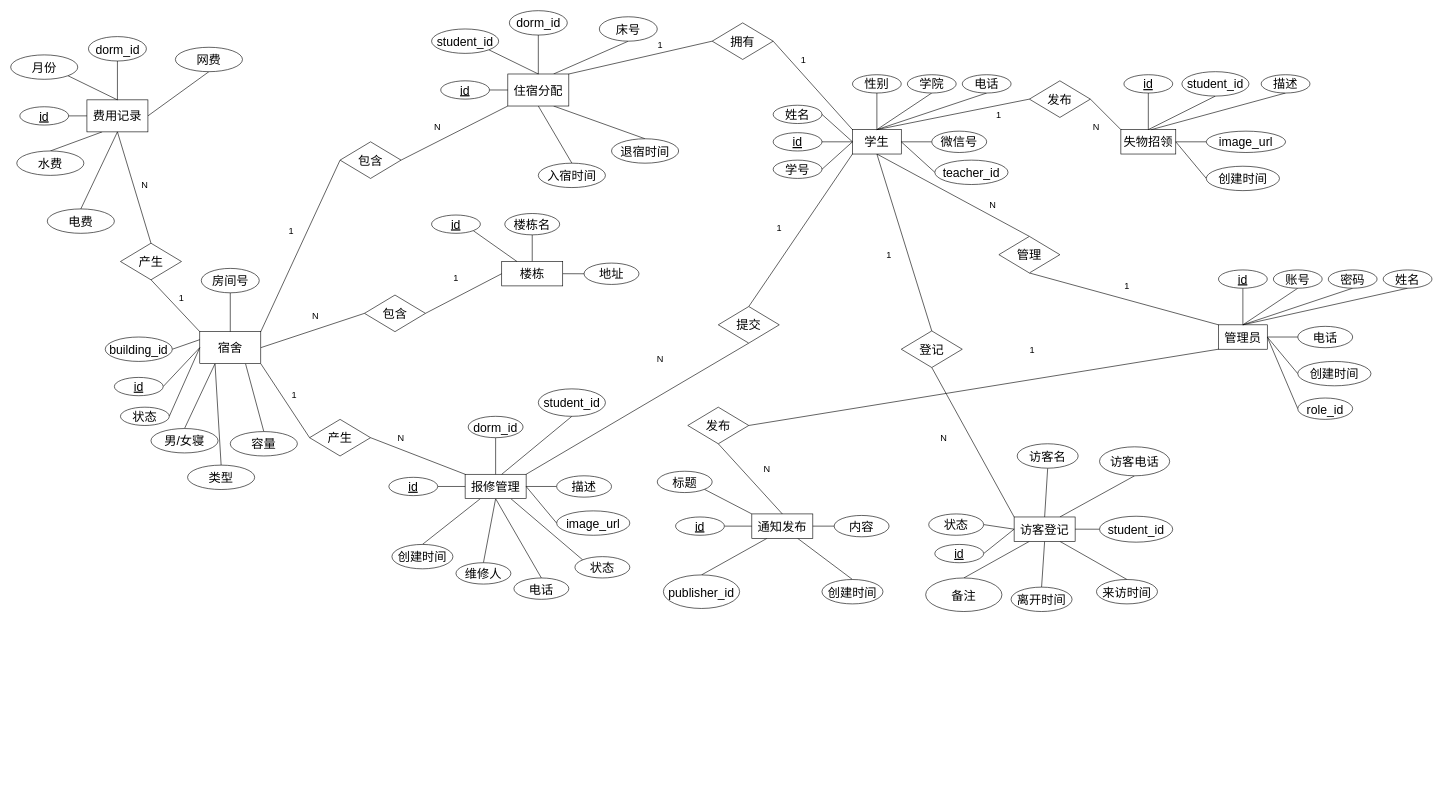
Earlier version of the draw.io diagram ER图.drawio (lyb040701/draw). Source tidied: cells renumbered, new cells numbered last; positions are measured from the earlier drawing's top-left corner, leaving out a move shared by most shapes. Both pictures are drawn from the tidied source at 61%, with x=0, y=0 at pixel (10, 10).
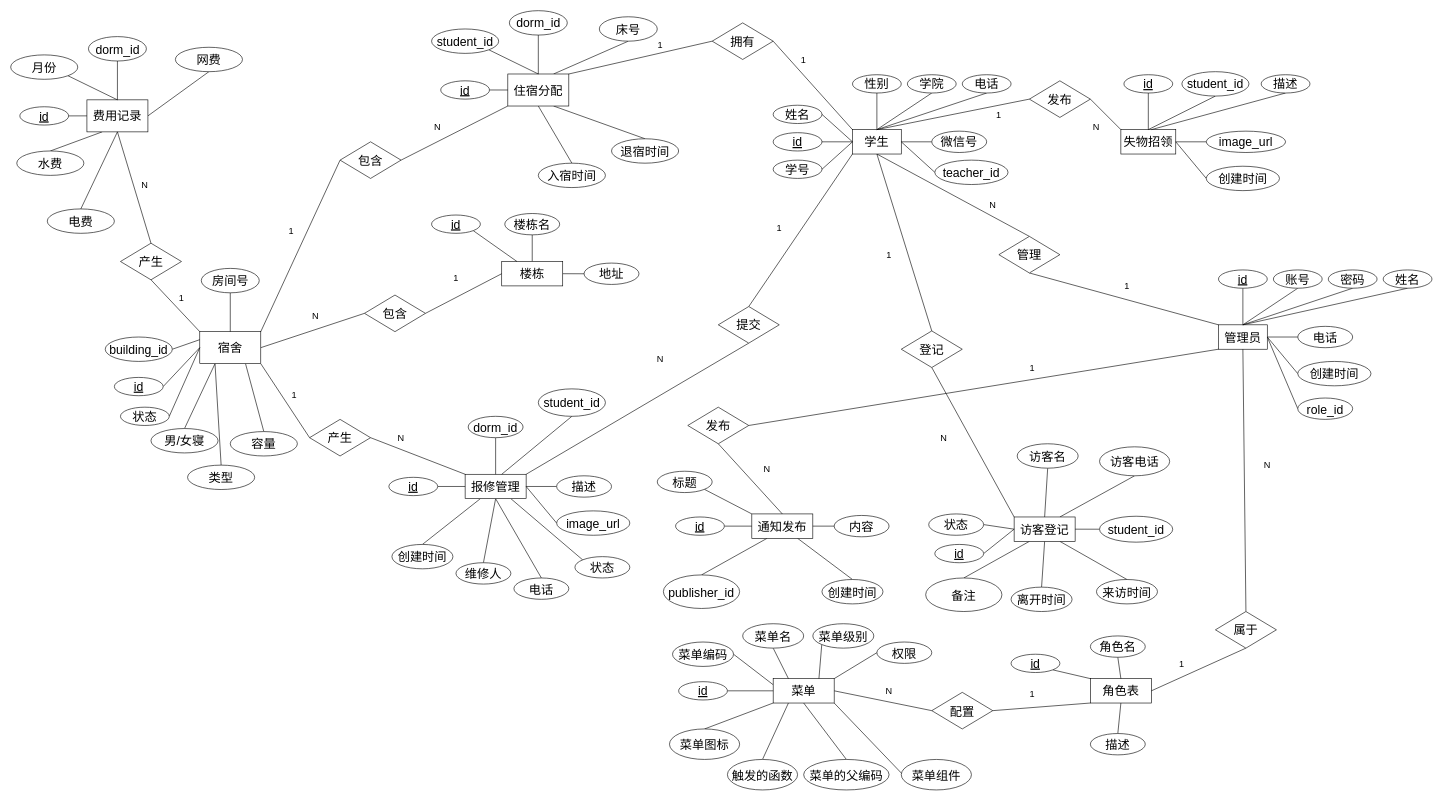
After the change.

The change refers to these unchanged cells:
```xml
<mxCell id="22" value="&lt;font style=&quot;font-size: 20px;&quot;&gt;管理员&lt;/font&gt;" style="rounded=0;whiteSpace=wrap;html=1;" parent="1" vertex="1">
  <mxGeometry x="1980" y="515" width="80" height="40" as="geometry" />
</mxCell>
```

Diff of the diagram source:
```diff
@@
     <mxCell id="174" value="&lt;font style=&quot;font-size: 15px;&quot;&gt;1&lt;/font&gt;" style="text;html=1;whiteSpace=wrap;strokeColor=none;fillColor=none;align=center;verticalAlign=middle;rounded=0;fontFamily=Helvetica;fontSize=11;fontColor=default;labelBackgroundColor=default;" parent="1" vertex="1">
-      <mxGeometry x="1645" y="541.2" width="60" height="30" as="geometry" />
+      <mxGeometry x="1645" y="571.2" width="60" height="30" as="geometry" />
     </mxCell>
@@
+    <mxCell id="194" style="edgeStyle=none;shape=connector;rounded=0;jettySize=auto;html=1;exitX=0.5;exitY=1;exitDx=0;exitDy=0;entryX=0.5;entryY=0;entryDx=0;entryDy=0;strokeColor=default;align=center;verticalAlign=middle;fontFamily=Helvetica;fontSize=11;fontColor=default;labelBackgroundColor=default;endArrow=none;endFill=0;" parent="1" edge="1" source="195" target="198">
+      <mxGeometry relative="1" as="geometry" />
+    </mxCell>
+    <mxCell id="195" value="&lt;font style=&quot;font-size: 20px;&quot;&gt;角色表&lt;/font&gt;" style="rounded=0;whiteSpace=wrap;html=1;" parent="1" vertex="1">
+      <mxGeometry x="1770" y="1095" width="100" height="40" as="geometry" />
+    </mxCell>
+    <mxCell id="196" style="edgeStyle=none;shape=connector;rounded=0;jettySize=auto;html=1;exitX=1;exitY=1;exitDx=0;exitDy=0;entryX=0;entryY=0;entryDx=0;entryDy=0;strokeColor=default;align=center;verticalAlign=middle;fontFamily=Helvetica;fontSize=11;fontColor=default;labelBackgroundColor=default;endArrow=none;endFill=0;" parent="1" edge="1" source="197" target="195">
+      <mxGeometry relative="1" as="geometry" />
+    </mxCell>
+    <mxCell id="197" value="&lt;span style=&quot;font-size: 20px;&quot;&gt;&lt;u&gt;id&lt;/u&gt;&lt;/span&gt;" style="ellipse;whiteSpace=wrap;html=1;" parent="1" vertex="1">
+      <mxGeometry x="1640" y="1055" width="80" height="30" as="geometry" />
+    </mxCell>
+    <mxCell id="198" value="&lt;span style=&quot;font-size: 20px;&quot;&gt;描述&lt;/span&gt;" style="ellipse;whiteSpace=wrap;html=1;" parent="1" vertex="1">
+      <mxGeometry x="1770" y="1185" width="90" height="35" as="geometry" />
+    </mxCell>
+    <mxCell id="199" style="edgeStyle=none;shape=connector;rounded=0;jettySize=auto;html=1;exitX=0.5;exitY=1;exitDx=0;exitDy=0;entryX=0.5;entryY=0;entryDx=0;entryDy=0;strokeColor=default;align=center;verticalAlign=middle;fontFamily=Helvetica;fontSize=11;fontColor=default;labelBackgroundColor=default;endArrow=none;endFill=0;" parent="1" edge="1" source="200" target="195">
+      <mxGeometry relative="1" as="geometry" />
+    </mxCell>
+    <mxCell id="200" value="&lt;span style=&quot;font-size: 20px;&quot;&gt;角色名&lt;/span&gt;" style="ellipse;whiteSpace=wrap;html=1;" parent="1" vertex="1">
+      <mxGeometry x="1770" y="1025" width="90" height="35" as="geometry" />
+    </mxCell>
+    <mxCell id="201" style="edgeStyle=none;shape=connector;rounded=0;jettySize=auto;html=1;exitX=0.5;exitY=1;exitDx=0;exitDy=0;entryX=1;entryY=0.5;entryDx=0;entryDy=0;strokeColor=default;align=center;verticalAlign=middle;fontFamily=Helvetica;fontSize=11;fontColor=default;labelBackgroundColor=default;endArrow=none;endFill=0;" parent="1" edge="1" source="203" target="195">
+      <mxGeometry relative="1" as="geometry" />
+    </mxCell>
+    <mxCell id="202" style="edgeStyle=none;shape=connector;rounded=0;jettySize=auto;html=1;exitX=0.5;exitY=0;exitDx=0;exitDy=0;entryX=0.5;entryY=1;entryDx=0;entryDy=0;strokeColor=default;align=center;verticalAlign=middle;fontFamily=Helvetica;fontSize=11;fontColor=default;labelBackgroundColor=default;endArrow=none;endFill=0;" parent="1" edge="1" source="203" target="22">
+      <mxGeometry relative="1" as="geometry" />
+    </mxCell>
+    <mxCell id="203" value="&lt;font style=&quot;font-size: 20px;&quot;&gt;属于&lt;/font&gt;" style="rhombus;whiteSpace=wrap;html=1;fontFamily=Helvetica;fontSize=11;fontColor=default;labelBackgroundColor=default;" parent="1" vertex="1">
+      <mxGeometry x="1975" y="985" width="100" height="60" as="geometry" />
+    </mxCell>
+    <mxCell id="204" value="&lt;font style=&quot;font-size: 15px;&quot;&gt;N&lt;/font&gt;" style="text;html=1;whiteSpace=wrap;strokeColor=none;fillColor=none;align=center;verticalAlign=middle;rounded=0;fontFamily=Helvetica;fontSize=11;fontColor=default;labelBackgroundColor=default;" parent="1" vertex="1">
+      <mxGeometry x="2030" y="730" width="60" height="30" as="geometry" />
+    </mxCell>
+    <mxCell id="205" value="&lt;font style=&quot;font-size: 15px;&quot;&gt;1&lt;/font&gt;" style="text;html=1;whiteSpace=wrap;strokeColor=none;fillColor=none;align=center;verticalAlign=middle;rounded=0;fontFamily=Helvetica;fontSize=11;fontColor=default;labelBackgroundColor=default;" parent="1" vertex="1">
+      <mxGeometry x="1890" y="1055" width="60" height="30" as="geometry" />
+    </mxCell>
+    <mxCell id="206" style="edgeStyle=none;shape=connector;rounded=0;jettySize=auto;html=1;exitX=0;exitY=0.25;exitDx=0;exitDy=0;strokeColor=default;align=center;verticalAlign=middle;fontFamily=Helvetica;fontSize=11;fontColor=default;labelBackgroundColor=default;endArrow=none;endFill=0;entryX=1;entryY=0.5;entryDx=0;entryDy=0;" parent="1" edge="1" source="212" target="215">
+      <mxGeometry relative="1" as="geometry" />
+    </mxCell>
+    <mxCell id="207" style="edgeStyle=none;shape=connector;rounded=0;jettySize=auto;html=1;exitX=0.25;exitY=1;exitDx=0;exitDy=0;entryX=0.5;entryY=0;entryDx=0;entryDy=0;strokeColor=default;align=center;verticalAlign=middle;fontFamily=Helvetica;fontSize=11;fontColor=default;labelBackgroundColor=default;endArrow=none;endFill=0;" parent="1" edge="1" source="212" target="220">
+      <mxGeometry relative="1" as="geometry" />
+    </mxCell>
+    <mxCell id="208" style="edgeStyle=none;shape=connector;rounded=0;jettySize=auto;html=1;exitX=0.5;exitY=1;exitDx=0;exitDy=0;entryX=0.5;entryY=0;entryDx=0;entryDy=0;strokeColor=default;align=center;verticalAlign=middle;fontFamily=Helvetica;fontSize=11;fontColor=default;labelBackgroundColor=default;endArrow=none;endFill=0;" parent="1" edge="1" source="212" target="221">
+      <mxGeometry relative="1" as="geometry" />
+    </mxCell>
+    <mxCell id="209" style="edgeStyle=none;shape=connector;rounded=0;jettySize=auto;html=1;exitX=1;exitY=0;exitDx=0;exitDy=0;strokeColor=default;align=center;verticalAlign=middle;fontFamily=Helvetica;fontSize=11;fontColor=default;labelBackgroundColor=default;endArrow=none;endFill=0;entryX=0;entryY=0.5;entryDx=0;entryDy=0;" parent="1" edge="1" source="212" target="224">
+      <mxGeometry relative="1" as="geometry" />
+    </mxCell>
+    <mxCell id="210" style="edgeStyle=none;shape=connector;rounded=0;jettySize=auto;html=1;exitX=1;exitY=1;exitDx=0;exitDy=0;strokeColor=default;align=center;verticalAlign=middle;fontFamily=Helvetica;fontSize=11;fontColor=default;labelBackgroundColor=default;endArrow=none;endFill=0;entryX=0.065;entryY=0.6;entryDx=0;entryDy=0;entryPerimeter=0;" parent="1" edge="1" source="212" target="225">
+      <mxGeometry relative="1" as="geometry" />
+    </mxCell>
+    <mxCell id="211" style="edgeStyle=none;shape=connector;rounded=0;jettySize=auto;html=1;exitX=1;exitY=0.5;exitDx=0;exitDy=0;entryX=0;entryY=0.5;entryDx=0;entryDy=0;strokeColor=default;align=center;verticalAlign=middle;fontFamily=Helvetica;fontSize=11;fontColor=default;labelBackgroundColor=default;endArrow=none;endFill=0;" parent="1" edge="1" source="212" target="227">
+      <mxGeometry relative="1" as="geometry" />
+    </mxCell>
+    <mxCell id="212" value="&lt;span style=&quot;font-size: 20px;&quot;&gt;菜单&lt;/span&gt;" style="rounded=0;whiteSpace=wrap;html=1;" parent="1" vertex="1">
+      <mxGeometry x="1250" y="1095" width="100" height="40" as="geometry" />
+    </mxCell>
+    <mxCell id="213" style="edgeStyle=none;shape=connector;rounded=0;jettySize=auto;html=1;exitX=1;exitY=0.5;exitDx=0;exitDy=0;entryX=0;entryY=0.5;entryDx=0;entryDy=0;strokeColor=default;align=center;verticalAlign=middle;fontFamily=Helvetica;fontSize=11;fontColor=default;labelBackgroundColor=default;endArrow=none;endFill=0;" parent="1" edge="1" source="214" target="212">
+      <mxGeometry relative="1" as="geometry" />
+    </mxCell>
+    <mxCell id="214" value="&lt;span style=&quot;font-size: 20px;&quot;&gt;&lt;u&gt;id&lt;/u&gt;&lt;/span&gt;" style="ellipse;whiteSpace=wrap;html=1;" parent="1" vertex="1">
+      <mxGeometry x="1095" y="1100" width="80" height="30" as="geometry" />
+    </mxCell>
+    <mxCell id="215" value="&lt;font style=&quot;font-size: 20px;&quot;&gt;菜单编码&lt;/font&gt;" style="ellipse;whiteSpace=wrap;html=1;" parent="1" vertex="1">
+      <mxGeometry x="1085" y="1035" width="100" height="40" as="geometry" />
+    </mxCell>
+    <mxCell id="216" style="edgeStyle=none;shape=connector;rounded=0;jettySize=auto;html=1;exitX=0.5;exitY=1;exitDx=0;exitDy=0;entryX=0.25;entryY=0;entryDx=0;entryDy=0;strokeColor=default;align=center;verticalAlign=middle;fontFamily=Helvetica;fontSize=11;fontColor=default;labelBackgroundColor=default;endArrow=none;endFill=0;" parent="1" edge="1" source="217" target="212">
+      <mxGeometry relative="1" as="geometry" />
+    </mxCell>
+    <mxCell id="217" value="&lt;font style=&quot;font-size: 20px;&quot;&gt;菜单名&lt;/font&gt;" style="ellipse;whiteSpace=wrap;html=1;" parent="1" vertex="1">
+      <mxGeometry x="1200" y="1005" width="100" height="40" as="geometry" />
+    </mxCell>
+    <mxCell id="218" style="edgeStyle=none;shape=connector;rounded=0;jettySize=auto;html=1;exitX=0;exitY=1;exitDx=0;exitDy=0;entryX=0.75;entryY=0;entryDx=0;entryDy=0;strokeColor=default;align=center;verticalAlign=middle;fontFamily=Helvetica;fontSize=11;fontColor=default;labelBackgroundColor=default;endArrow=none;endFill=0;" parent="1" edge="1" source="219" target="212">
+      <mxGeometry relative="1" as="geometry" />
+    </mxCell>
+    <mxCell id="219" value="&lt;font style=&quot;font-size: 20px;&quot;&gt;菜单级别&lt;/font&gt;" style="ellipse;whiteSpace=wrap;html=1;" parent="1" vertex="1">
+      <mxGeometry x="1315" y="1005" width="100" height="40" as="geometry" />
+    </mxCell>
+    <mxCell id="220" value="&lt;font style=&quot;font-size: 20px;&quot;&gt;触发的函数&lt;/font&gt;" style="ellipse;whiteSpace=wrap;html=1;" parent="1" vertex="1">
+      <mxGeometry x="1175" y="1227.5" width="115" height="50" as="geometry" />
+    </mxCell>
+    <mxCell id="221" value="&lt;font style=&quot;font-size: 20px;&quot;&gt;菜单的父编码&lt;/font&gt;" style="ellipse;whiteSpace=wrap;html=1;" parent="1" vertex="1">
+      <mxGeometry x="1300" y="1227.5" width="140" height="50" as="geometry" />
+    </mxCell>
+    <mxCell id="222" style="edgeStyle=none;shape=connector;rounded=0;jettySize=auto;html=1;exitX=0.5;exitY=0;exitDx=0;exitDy=0;entryX=0;entryY=1;entryDx=0;entryDy=0;strokeColor=default;align=center;verticalAlign=middle;fontFamily=Helvetica;fontSize=11;fontColor=default;labelBackgroundColor=default;endArrow=none;endFill=0;" parent="1" edge="1" source="223" target="212">
+      <mxGeometry relative="1" as="geometry" />
+    </mxCell>
+    <mxCell id="223" value="&lt;font style=&quot;font-size: 20px;&quot;&gt;菜单图标&lt;/font&gt;" style="ellipse;whiteSpace=wrap;html=1;" parent="1" vertex="1">
+      <mxGeometry x="1080" y="1177.5" width="115" height="50" as="geometry" />
+    </mxCell>
+    <mxCell id="224" value="&lt;font style=&quot;font-size: 20px;&quot;&gt;权限&lt;br&gt;&lt;/font&gt;" style="ellipse;whiteSpace=wrap;html=1;" parent="1" vertex="1">
+      <mxGeometry x="1420" y="1035" width="90" height="35" as="geometry" />
+    </mxCell>
+    <mxCell id="225" value="&lt;font style=&quot;font-size: 20px;&quot;&gt;菜单组件&lt;/font&gt;" style="ellipse;whiteSpace=wrap;html=1;" parent="1" vertex="1">
+      <mxGeometry x="1460" y="1227.5" width="115" height="50" as="geometry" />
+    </mxCell>
+    <mxCell id="226" style="edgeStyle=none;shape=connector;rounded=0;jettySize=auto;html=1;exitX=1;exitY=0.5;exitDx=0;exitDy=0;entryX=0;entryY=1;entryDx=0;entryDy=0;strokeColor=default;align=center;verticalAlign=middle;fontFamily=Helvetica;fontSize=11;fontColor=default;labelBackgroundColor=default;endArrow=none;endFill=0;" parent="1" edge="1" source="227" target="195">
+      <mxGeometry relative="1" as="geometry" />
+    </mxCell>
+    <mxCell id="227" value="&lt;font style=&quot;font-size: 20px;&quot;&gt;配置&lt;/font&gt;" style="rhombus;whiteSpace=wrap;html=1;fontFamily=Helvetica;fontSize=11;fontColor=default;labelBackgroundColor=default;" parent="1" vertex="1">
+      <mxGeometry x="1510" y="1117.5" width="100" height="60" as="geometry" />
+    </mxCell>
+    <mxCell id="228" value="&lt;font style=&quot;font-size: 15px;&quot;&gt;1&lt;/font&gt;" style="text;html=1;whiteSpace=wrap;strokeColor=none;fillColor=none;align=center;verticalAlign=middle;rounded=0;fontFamily=Helvetica;fontSize=11;fontColor=default;labelBackgroundColor=default;" parent="1" vertex="1">
+      <mxGeometry x="1645" y="1105" width="60" height="30" as="geometry" />
+    </mxCell>
+    <mxCell id="229" value="&lt;font style=&quot;font-size: 15px;&quot;&gt;N&lt;/font&gt;" style="text;html=1;whiteSpace=wrap;strokeColor=none;fillColor=none;align=center;verticalAlign=middle;rounded=0;fontFamily=Helvetica;fontSize=11;fontColor=default;labelBackgroundColor=default;" parent="1" vertex="1">
+      <mxGeometry x="1410" y="1100" width="60" height="30" as="geometry" />
+    </mxCell>
```
